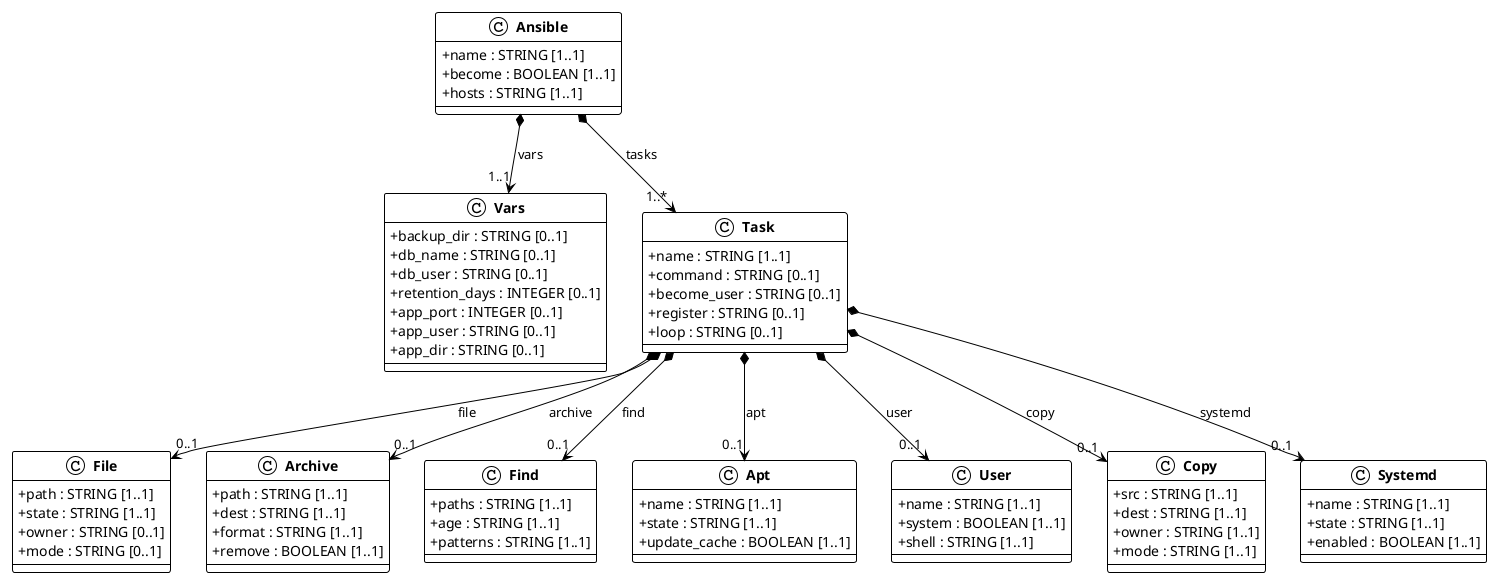
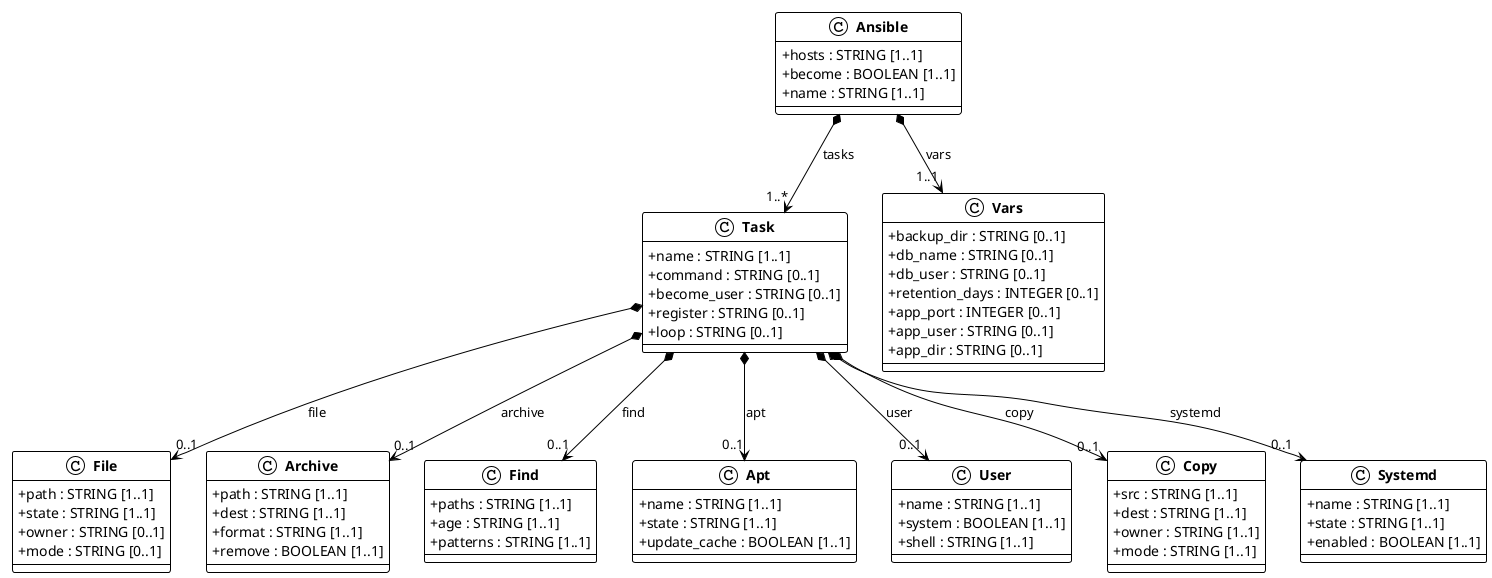
@startuml ansible
!theme plain
skinparam classAttributeIconSize 0
skinparam classFontStyle bold

class Ansible{
+   + hosts : STRING [1..1]
+   + become : BOOLEAN [1..1]
  + name : STRING [1..1]
-   + become : BOOLEAN [1..1]
-   + hosts : STRING [1..1]
- }
- 
- class Vars{
-   + backup_dir : STRING [0..1]
-   + db_name : STRING [0..1]
-   + db_user : STRING [0..1]
-   + retention_days : INTEGER [0..1]
-   + app_port : INTEGER [0..1]
-   + app_user : STRING [0..1]
-   + app_dir : STRING [0..1]
}

class Task{
  + name : STRING [1..1]
  + command : STRING [0..1]
  + become_user : STRING [0..1]
  + register : STRING [0..1]
  + loop : STRING [0..1]
}

class File{
  + path : STRING [1..1]
  + state : STRING [1..1]
  + owner : STRING [0..1]
  + mode : STRING [0..1]
}

class Archive{
  + path : STRING [1..1]
  + dest : STRING [1..1]
  + format : STRING [1..1]
  + remove : BOOLEAN [1..1]
}

class Find{
  + paths : STRING [1..1]
  + age : STRING [1..1]
  + patterns : STRING [1..1]
}

+ class Vars{
+   + backup_dir : STRING [0..1]
+   + db_name : STRING [0..1]
+   + db_user : STRING [0..1]
+   + retention_days : INTEGER [0..1]
+   + app_port : INTEGER [0..1]
+   + app_user : STRING [0..1]
+   + app_dir : STRING [0..1]
+ }
+ 
class Apt{
  + name : STRING [1..1]
  + state : STRING [1..1]
  + update_cache : BOOLEAN [1..1]
}

class User{
  + name : STRING [1..1]
  + system : BOOLEAN [1..1]
  + shell : STRING [1..1]
}

class Copy{
  + src : STRING [1..1]
  + dest : STRING [1..1]
  + owner : STRING [1..1]
  + mode : STRING [1..1]
}

class Systemd{
  + name : STRING [1..1]
  + state : STRING [1..1]
  + enabled : BOOLEAN [1..1]
}

+ Ansible *--> "1..*" Task : tasks
Ansible *--> "1..1" Vars : vars
- Ansible *--> "1..*" Task : tasks
Task *--> "0..1" File : file
Task *--> "0..1" Archive : archive
Task *--> "0..1" Find : find
Task *--> "0..1" Apt : apt
Task *--> "0..1" User : user
Task *--> "0..1" Copy : copy
Task *--> "0..1" Systemd : systemd

@enduml
